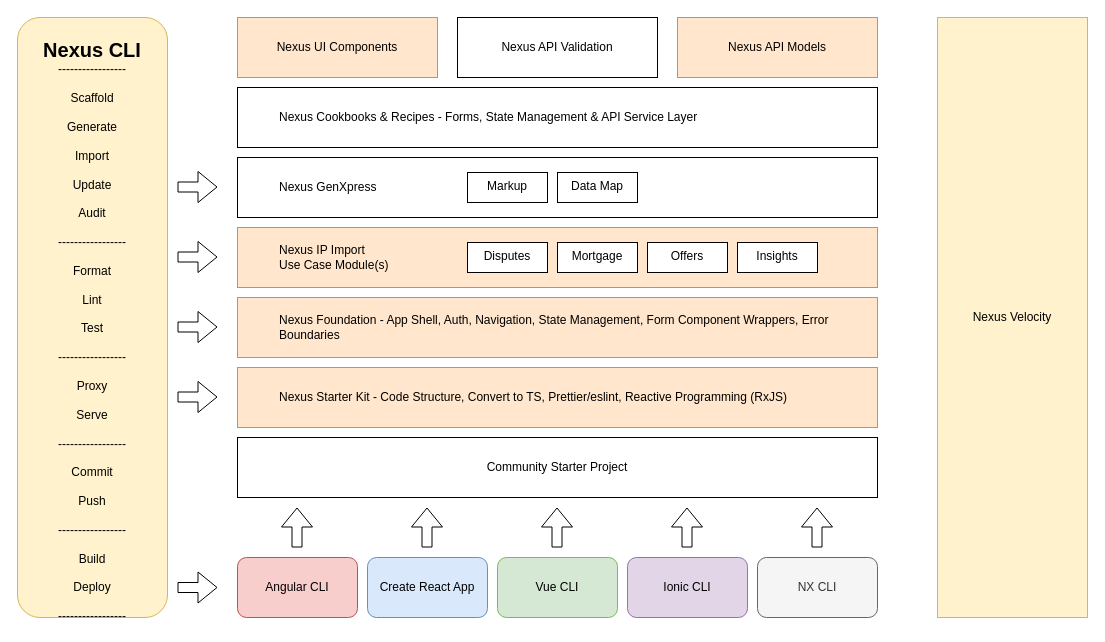
The draw.io diagram Nexus CLI map.drawio in hikumealan/draw-io-diagrams, before the edit. Source tidied: cells renumbered, new cells numbered last; positions are measured from the earlier drawing's top-left corner, leaving out a move shared by most shapes. Both pictures are drawn from the tidied source at 100%, with x=0, y=0 at pixel (17, 17).
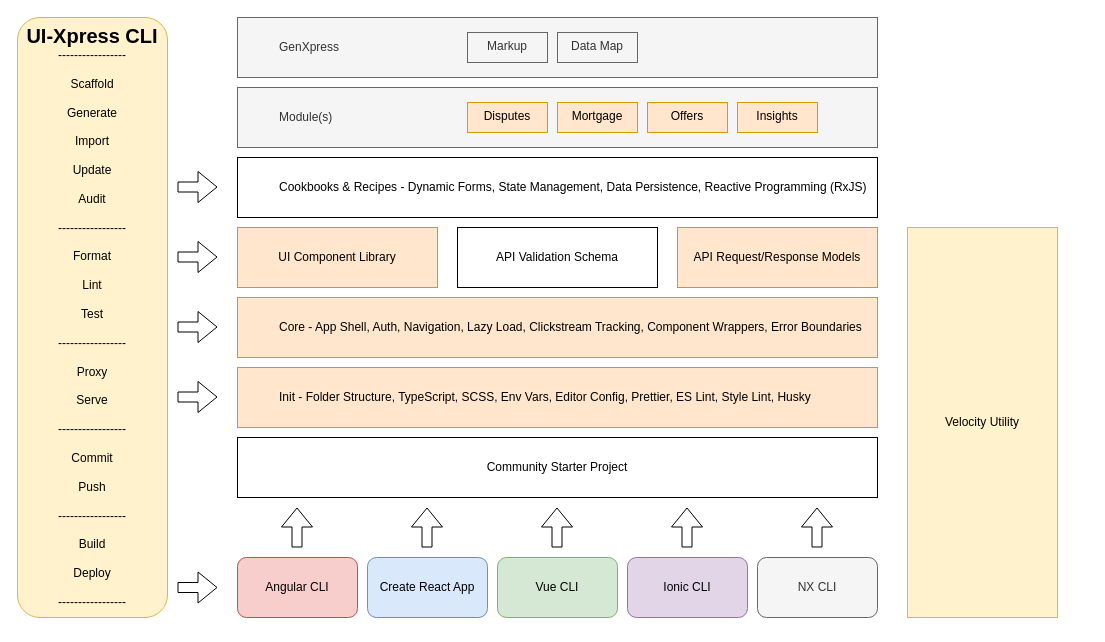
After the change.

What changed in the source:
```diff
@@
-    <mxCell id="7" value="&lt;br&gt;&lt;b style=&quot;font-size: 20px&quot;&gt;Nexus CLI&lt;br&gt;&lt;/b&gt;-----------------&lt;br&gt;&lt;br&gt;Scaffold&lt;br&gt;&lt;br&gt;Generate&lt;br&gt;&lt;br&gt;Import&lt;br&gt;&lt;br&gt;Update&lt;br&gt;&lt;br&gt;Audit&lt;br&gt;&lt;br&gt;-----------------&lt;br&gt;&lt;br&gt;Format&lt;br&gt;&lt;br&gt;Lint&lt;br&gt;&lt;br&gt;Test&lt;br&gt;&lt;br&gt;-----------------&lt;br&gt;&lt;br&gt;Proxy&lt;br&gt;&lt;br&gt;Serve&lt;br&gt;&lt;br&gt;-----------------&lt;br&gt;&lt;br&gt;Commit&lt;br&gt;&lt;br&gt;Push&lt;br&gt;&lt;br&gt;-----------------&lt;br&gt;&lt;br&gt;Build&lt;br&gt;&lt;br&gt;Deploy&lt;br&gt;&lt;br&gt;-----------------" style="rounded=1;whiteSpace=wrap;html=1;fillColor=#fff2cc;strokeColor=#d6b656;verticalAlign=top;" parent="1" vertex="1">
+    <mxCell id="7" value="&lt;b style=&quot;font-size: 20px&quot;&gt;UI-Xpress CLI&lt;br&gt;&lt;/b&gt;-----------------&lt;br&gt;&lt;br&gt;Scaffold&lt;br&gt;&lt;br&gt;Generate&lt;br&gt;&lt;br&gt;Import&lt;br&gt;&lt;br&gt;Update&lt;br&gt;&lt;br&gt;Audit&lt;br&gt;&lt;br&gt;-----------------&lt;br&gt;&lt;br&gt;Format&lt;br&gt;&lt;br&gt;Lint&lt;br&gt;&lt;br&gt;Test&lt;br&gt;&lt;br&gt;-----------------&lt;br&gt;&lt;br&gt;Proxy&lt;br&gt;&lt;br&gt;Serve&lt;br&gt;&lt;br&gt;-----------------&lt;br&gt;&lt;br&gt;Commit&lt;br&gt;&lt;br&gt;Push&lt;br&gt;&lt;br&gt;-----------------&lt;br&gt;&lt;br&gt;Build&lt;br&gt;&lt;br&gt;Deploy&lt;br&gt;&lt;br&gt;-----------------" style="rounded=1;whiteSpace=wrap;html=1;fillColor=#fff2cc;strokeColor=#d6b656;verticalAlign=top;" parent="1" vertex="1">
       <mxGeometry width="150" height="600" as="geometry" />
     </mxCell>
-    <mxCell id="8" value="&lt;blockquote style=&quot;margin: 0 0 0 40px ; border: none ; padding: 0px&quot;&gt;Nexus Foundation - App Shell, Auth, Navigation, State Management, Form Component Wrappers, Error Boundaries&lt;/blockquote&gt;" style="rounded=0;whiteSpace=wrap;html=1;fillColor=#ffe6cc;strokeColor=#d79b00;align=left;" parent="1" vertex="1">
+    <mxCell id="8" value="&lt;blockquote style=&quot;margin: 0 0 0 40px ; border: none ; padding: 0px&quot;&gt;Core - App Shell, Auth, Navigation, Lazy Load, Clickstream Tracking, Component Wrappers, Error Boundaries&lt;/blockquote&gt;" style="rounded=0;whiteSpace=wrap;html=1;fillColor=#ffe6cc;strokeColor=#d79b00;align=left;" parent="1" vertex="1">
       <mxGeometry x="220" y="280" width="640" height="60" as="geometry" />
     </mxCell>
-    <mxCell id="9" value="&lt;blockquote style=&quot;margin: 0 0 0 40px ; border: none ; padding: 0px&quot;&gt;Nexus IP Import&amp;nbsp;&lt;/blockquote&gt;&lt;blockquote style=&quot;margin: 0 0 0 40px ; border: none ; padding: 0px&quot;&gt;Use Case Module(s)&lt;/blockquote&gt;" style="rounded=0;whiteSpace=wrap;html=1;fillColor=#ffe6cc;strokeColor=#d79b00;align=left;" parent="1" vertex="1">
-      <mxGeometry x="220" y="210" width="640" height="60" as="geometry" />
+    <mxCell id="9" value="&lt;blockquote style=&quot;margin: 0 0 0 40px ; border: none ; padding: 0px&quot;&gt;&lt;span&gt;Module(s)&lt;/span&gt;&lt;/blockquote&gt;" style="rounded=0;whiteSpace=wrap;html=1;align=left;fillColor=#f5f5f5;fontColor=#333333;strokeColor=#666666;" parent="1" vertex="1">
+      <mxGeometry x="220" y="70" width="640" height="60" as="geometry" />
     </mxCell>
@@
-    <mxCell id="17" value="&lt;blockquote style=&quot;margin: 0 0 0 40px ; border: none ; padding: 0px&quot;&gt;Nexus GenXpress&lt;/blockquote&gt;" style="rounded=0;whiteSpace=wrap;html=1;align=left;" parent="1" vertex="1">
-      <mxGeometry x="220" y="140" width="640" height="60" as="geometry" />
+    <mxCell id="17" value="&lt;blockquote style=&quot;margin: 0 0 0 40px ; border: none ; padding: 0px&quot;&gt;GenXpress&lt;/blockquote&gt;" style="rounded=0;whiteSpace=wrap;html=1;align=left;fillColor=#f5f5f5;fontColor=#333333;strokeColor=#666666;" parent="1" vertex="1">
+      <mxGeometry x="220" width="640" height="60" as="geometry" />
     </mxCell>
-    <mxCell id="18" value="&lt;blockquote style=&quot;margin: 0 0 0 40px ; border: none ; padding: 0px&quot;&gt;Nexus Cookbooks &amp;amp; Recipes - Forms, State Management &amp;amp; API Service Layer&lt;/blockquote&gt;" style="rounded=0;whiteSpace=wrap;html=1;align=left;" parent="1" vertex="1">
-      <mxGeometry x="220" y="70" width="640" height="60" as="geometry" />
+    <mxCell id="18" value="&lt;blockquote style=&quot;margin: 0 0 0 40px ; border: none ; padding: 0px&quot;&gt;Cookbooks &amp;amp; Recipes - Dynamic Forms, State Management, Data Persistence, Reactive Programming (RxJS)&lt;/blockquote&gt;" style="rounded=0;whiteSpace=wrap;html=1;align=left;" parent="1" vertex="1">
+      <mxGeometry x="220" y="140" width="640" height="60" as="geometry" />
     </mxCell>
-    <mxCell id="19" value="Nexus UI Components" style="rounded=0;whiteSpace=wrap;html=1;fillColor=#ffe6cc;strokeColor=#d79b00;" parent="1" vertex="1">
-      <mxGeometry x="220" width="200" height="60" as="geometry" />
+    <mxCell id="19" value="UI Component Library" style="rounded=0;whiteSpace=wrap;html=1;fillColor=#ffe6cc;strokeColor=#d79b00;" parent="1" vertex="1">
+      <mxGeometry x="220" y="210" width="200" height="60" as="geometry" />
     </mxCell>
-    <mxCell id="20" value="Nexus API Models" style="rounded=0;whiteSpace=wrap;html=1;fillColor=#ffe6cc;strokeColor=#d79b00;" parent="1" vertex="1">
-      <mxGeometry x="660" width="200" height="60" as="geometry" />
+    <mxCell id="20" value="API Request/Response Models" style="rounded=0;whiteSpace=wrap;html=1;fillColor=#ffe6cc;strokeColor=#d79b00;" parent="1" vertex="1">
+      <mxGeometry x="660" y="210" width="200" height="60" as="geometry" />
     </mxCell>
-    <mxCell id="21" value="Nexus API Validation" style="rounded=0;whiteSpace=wrap;html=1;" parent="1" vertex="1">
-      <mxGeometry x="440" width="200" height="60" as="geometry" />
+    <mxCell id="21" value="API Validation Schema" style="rounded=0;whiteSpace=wrap;html=1;" parent="1" vertex="1">
+      <mxGeometry x="440" y="210" width="200" height="60" as="geometry" />
     </mxCell>
@@
-    <mxCell id="23" value="Nexus Velocity" style="rounded=0;whiteSpace=wrap;html=1;fillColor=#fff2cc;strokeColor=#d6b656;" parent="1" vertex="1">
-      <mxGeometry x="920" width="150" height="600" as="geometry" />
+    <mxCell id="23" value="Velocity Utility" style="rounded=0;whiteSpace=wrap;html=1;fillColor=#fff2cc;strokeColor=#d6b656;" parent="1" vertex="1">
+      <mxGeometry x="890" y="210" width="150" height="390" as="geometry" />
     </mxCell>
-    <mxCell id="24" value="Disputes" style="rounded=0;whiteSpace=wrap;html=1;align=center;verticalAlign=top;" parent="1" vertex="1">
-      <mxGeometry x="450" y="225" width="80" height="30" as="geometry" />
+    <mxCell id="24" value="Disputes" style="rounded=0;whiteSpace=wrap;html=1;align=center;verticalAlign=top;fillColor=#ffe6cc;strokeColor=#d79b00;" parent="1" vertex="1">
+      <mxGeometry x="450" y="85" width="80" height="30" as="geometry" />
     </mxCell>
-    <mxCell id="25" value="Mortgage" style="rounded=0;whiteSpace=wrap;html=1;align=center;verticalAlign=top;" parent="1" vertex="1">
-      <mxGeometry x="540" y="225" width="80" height="30" as="geometry" />
+    <mxCell id="25" value="Mortgage" style="rounded=0;whiteSpace=wrap;html=1;align=center;verticalAlign=top;fillColor=#ffe6cc;strokeColor=#d79b00;" parent="1" vertex="1">
+      <mxGeometry x="540" y="85" width="80" height="30" as="geometry" />
     </mxCell>
-    <mxCell id="26" value="Offers" style="rounded=0;whiteSpace=wrap;html=1;align=center;verticalAlign=top;" parent="1" vertex="1">
-      <mxGeometry x="630" y="225" width="80" height="30" as="geometry" />
+    <mxCell id="26" value="Offers" style="rounded=0;whiteSpace=wrap;html=1;align=center;verticalAlign=top;fillColor=#ffe6cc;strokeColor=#d79b00;" parent="1" vertex="1">
+      <mxGeometry x="630" y="85" width="80" height="30" as="geometry" />
     </mxCell>
-    <mxCell id="27" value="Insights" style="rounded=0;whiteSpace=wrap;html=1;align=center;verticalAlign=top;" parent="1" vertex="1">
-      <mxGeometry x="720" y="225" width="80" height="30" as="geometry" />
+    <mxCell id="27" value="Insights" style="rounded=0;whiteSpace=wrap;html=1;align=center;verticalAlign=top;fillColor=#ffe6cc;strokeColor=#d79b00;" parent="1" vertex="1">
+      <mxGeometry x="720" y="85" width="80" height="30" as="geometry" />
     </mxCell>
@@
-    <mxCell id="30" value="Markup" style="rounded=0;whiteSpace=wrap;html=1;align=center;verticalAlign=top;" parent="1" vertex="1">
-      <mxGeometry x="450" y="155" width="80" height="30" as="geometry" />
+    <mxCell id="30" value="Markup" style="rounded=0;whiteSpace=wrap;html=1;align=center;verticalAlign=top;fillColor=#f5f5f5;fontColor=#333333;strokeColor=#666666;" parent="1" vertex="1">
+      <mxGeometry x="450" y="15" width="80" height="30" as="geometry" />
     </mxCell>
-    <mxCell id="31" value="Data Map" style="rounded=0;whiteSpace=wrap;html=1;align=center;verticalAlign=top;" parent="1" vertex="1">
-      <mxGeometry x="540" y="155" width="80" height="30" as="geometry" />
+    <mxCell id="31" value="Data Map" style="rounded=0;whiteSpace=wrap;html=1;align=center;verticalAlign=top;fillColor=#f5f5f5;fontColor=#333333;strokeColor=#666666;" parent="1" vertex="1">
+      <mxGeometry x="540" y="15" width="80" height="30" as="geometry" />
     </mxCell>
-    <mxCell id="32" value="&lt;blockquote style=&quot;margin: 0 0 0 40px ; border: none ; padding: 0px&quot;&gt;Nexus Starter Kit - Code Structure, Convert to TS, Prettier/eslint, Reactive Programming (RxJS)&lt;/blockquote&gt;" style="rounded=0;whiteSpace=wrap;html=1;fillColor=#ffe6cc;strokeColor=#d79b00;align=left;" parent="1" vertex="1">
+    <mxCell id="32" value="&lt;blockquote style=&quot;margin: 0 0 0 40px ; border: none ; padding: 0px&quot;&gt;Init - Folder Structure, TypeScript, SCSS, Env Vars, Editor Config, Prettier, ES Lint, Style Lint, Husky&lt;/blockquote&gt;" style="rounded=0;whiteSpace=wrap;html=1;fillColor=#ffe6cc;strokeColor=#d79b00;align=left;" parent="1" vertex="1">
       <mxGeometry x="220" y="350" width="640" height="60" as="geometry" />
     </mxCell>
```
